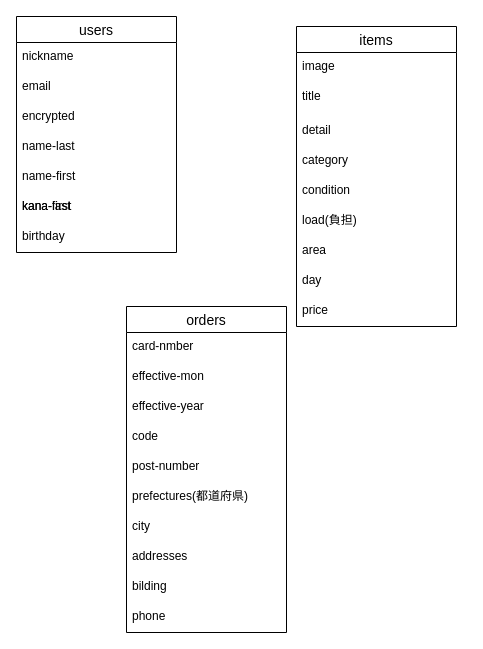
Above: er.dio in gomafuu/furima-39397 (draw.io), before the change. Source tidied: cells renumbered, new cells numbered last; positions are measured from the earlier drawing's top-left corner, leaving out a move shared by most shapes. Both pictures are drawn from the tidied source at 100%, with x=0, y=0 at pixel (16, 16).
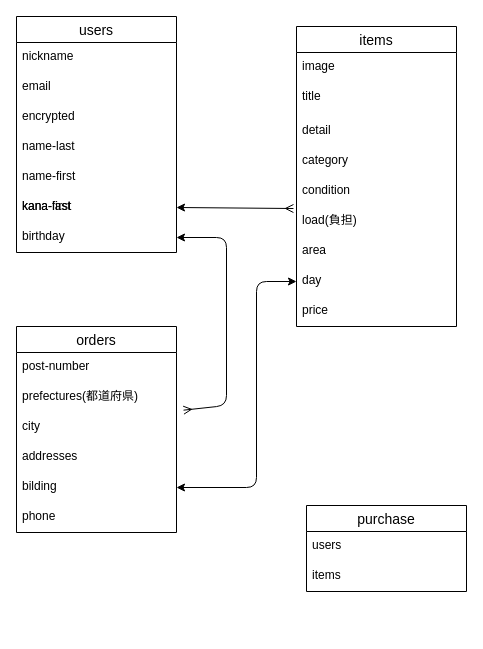
After the change.

Unchanged cells that the change refers to:
```xml
<mxCell id="9" value="birthday" style="text;strokeColor=none;fillColor=none;spacingLeft=4;spacingRight=4;overflow=hidden;points=[[0,0.5],[1,0.5]];portConstraint=eastwest;fontSize=12;" parent="2" vertex="1">
  <mxGeometry y="206" width="160" height="30" as="geometry" />
</mxCell>
<mxCell id="27" value="load(負担)" style="text;strokeColor=none;fillColor=none;spacingLeft=4;spacingRight=4;overflow=hidden;points=[[0,0.5],[1,0.5]];portConstraint=eastwest;fontSize=12;" parent="21" vertex="1">
  <mxGeometry y="180" width="160" height="30" as="geometry" />
</mxCell>
<mxCell id="29" value="day" style="text;strokeColor=none;fillColor=none;spacingLeft=4;spacingRight=4;overflow=hidden;points=[[0,0.5],[1,0.5]];portConstraint=eastwest;fontSize=12;" parent="21" vertex="1">
  <mxGeometry y="240" width="160" height="30" as="geometry" />
</mxCell>
<mxCell id="31" value="kana-last" style="text;strokeColor=none;fillColor=none;spacingLeft=4;spacingRight=4;overflow=hidden;points=[[0,0.5],[1,0.5]];portConstraint=eastwest;fontSize=12;" parent="1" vertex="1">
  <mxGeometry y="176" width="160" height="30" as="geometry" />
</mxCell>
```

The edit, as a diff of the source:
```diff
@@
     <mxCell id="10" value="orders" style="swimlane;fontStyle=0;horizontal=1;startSize=26;align=center;fontSize=14;" parent="1" vertex="1">
-      <mxGeometry x="110" y="290" width="160" height="326" as="geometry" />
+      <mxGeometry y="310" width="160" height="206" as="geometry" />
     </mxCell>
-    <mxCell id="11" value="card-nmber&#10;" style="text;strokeColor=none;fillColor=none;spacingLeft=4;spacingRight=4;overflow=hidden;fontSize=12;" parent="10" vertex="1">
-      <mxGeometry y="26" width="160" height="30" as="geometry" />
-    </mxCell>
-    <mxCell id="12" value="effective-mon" style="text;strokeColor=none;fillColor=none;spacingLeft=4;spacingRight=4;overflow=hidden;fontSize=12;" parent="10" vertex="1">
-      <mxGeometry y="56" width="160" height="30" as="geometry" />
-    </mxCell>
-    <mxCell id="13" value="effective-year" style="text;strokeColor=none;fillColor=none;spacingLeft=4;spacingRight=4;overflow=hidden;fontSize=12;" parent="10" vertex="1">
-      <mxGeometry y="86" width="160" height="30" as="geometry" />
-    </mxCell>
-    <mxCell id="14" value="code" style="text;strokeColor=none;fillColor=none;spacingLeft=4;spacingRight=4;overflow=hidden;fontSize=12;" parent="10" vertex="1">
-      <mxGeometry y="116" width="160" height="30" as="geometry" />
-    </mxCell>
     <mxCell id="15" value="post-number" style="text;strokeColor=none;fillColor=none;spacingLeft=4;spacingRight=4;overflow=hidden;fontSize=12;" parent="10" vertex="1">
-      <mxGeometry y="146" width="160" height="30" as="geometry" />
+      <mxGeometry y="26" width="160" height="30" as="geometry" />
     </mxCell>
     <mxCell id="16" value="prefectures(都道府県)" style="text;strokeColor=none;fillColor=none;spacingLeft=4;spacingRight=4;overflow=hidden;points=[[0,0.5],[1,0.5]];portConstraint=eastwest;fontSize=12;" parent="10" vertex="1">
-      <mxGeometry y="176" width="160" height="30" as="geometry" />
+      <mxGeometry y="56" width="160" height="30" as="geometry" />
     </mxCell>
     <mxCell id="17" value="city" style="text;strokeColor=none;fillColor=none;spacingLeft=4;spacingRight=4;overflow=hidden;fontSize=12;" parent="10" vertex="1">
-      <mxGeometry y="206" width="160" height="30" as="geometry" />
+      <mxGeometry y="86" width="160" height="30" as="geometry" />
     </mxCell>
     <mxCell id="18" value="addresses" style="text;strokeColor=none;fillColor=none;spacingLeft=4;spacingRight=4;overflow=hidden;fontSize=12;" parent="10" vertex="1">
-      <mxGeometry y="236" width="160" height="30" as="geometry" />
+      <mxGeometry y="116" width="160" height="30" as="geometry" />
     </mxCell>
     <mxCell id="19" value="bilding" style="text;strokeColor=none;fillColor=none;spacingLeft=4;spacingRight=4;overflow=hidden;points=[[0,0.5],[1,0.5]];portConstraint=eastwest;fontSize=12;" parent="10" vertex="1">
-      <mxGeometry y="266" width="160" height="30" as="geometry" />
+      <mxGeometry y="146" width="160" height="30" as="geometry" />
     </mxCell>
     <mxCell id="20" value="phone" style="text;strokeColor=none;fillColor=none;spacingLeft=4;spacingRight=4;overflow=hidden;fontSize=12;" parent="10" vertex="1">
-      <mxGeometry y="296" width="160" height="30" as="geometry" />
+      <mxGeometry y="176" width="160" height="30" as="geometry" />
     </mxCell>
@@
+    <mxCell id="32" style="edgeStyle=none;html=1;exitX=1;exitY=0.5;exitDx=0;exitDy=0;entryX=-0.019;entryY=0.067;entryDx=0;entryDy=0;entryPerimeter=0;endArrow=ERmany;endFill=0;startArrow=classic;startFill=1;" parent="1" edge="1" source="31" target="27">
+      <mxGeometry relative="1" as="geometry" />
+    </mxCell>
@@
+    <mxCell id="33" value="purchase" style="swimlane;fontStyle=0;horizontal=1;startSize=26;align=center;fontSize=14;" parent="1" vertex="1">
+      <mxGeometry x="290" y="489" width="160" height="86" as="geometry" />
+    </mxCell>
+    <mxCell id="34" value="users" style="text;strokeColor=none;fillColor=none;spacingLeft=4;spacingRight=4;overflow=hidden;fontSize=12;" parent="33" vertex="1">
+      <mxGeometry y="26" width="160" height="30" as="geometry" />
+    </mxCell>
+    <mxCell id="35" value="items" style="text;strokeColor=none;fillColor=none;spacingLeft=4;spacingRight=4;overflow=hidden;fontSize=12;" parent="33" vertex="1">
+      <mxGeometry y="56" width="160" height="30" as="geometry" />
+    </mxCell>
+    <mxCell id="36" style="edgeStyle=none;html=1;exitX=1;exitY=0.5;exitDx=0;exitDy=0;entryX=1.044;entryY=0.922;entryDx=0;entryDy=0;entryPerimeter=0;startArrow=classic;startFill=1;endArrow=ERmany;endFill=0;" parent="1" edge="1" source="9" target="16">
+      <mxGeometry relative="1" as="geometry">
+        <Array as="points">
+          <mxPoint x="210" y="221" />
+          <mxPoint x="210" y="389" />
+        </Array>
+      </mxGeometry>
+    </mxCell>
+    <mxCell id="37" style="edgeStyle=none;html=1;exitX=0;exitY=0.5;exitDx=0;exitDy=0;entryX=1;entryY=0.5;entryDx=0;entryDy=0;startArrow=classic;startFill=1;endArrow=classic;endFill=1;" parent="1" edge="1" source="29" target="19">
+      <mxGeometry relative="1" as="geometry">
+        <Array as="points">
+          <mxPoint x="240" y="265" />
+          <mxPoint x="240" y="471" />
+        </Array>
+      </mxGeometry>
+    </mxCell>
```
